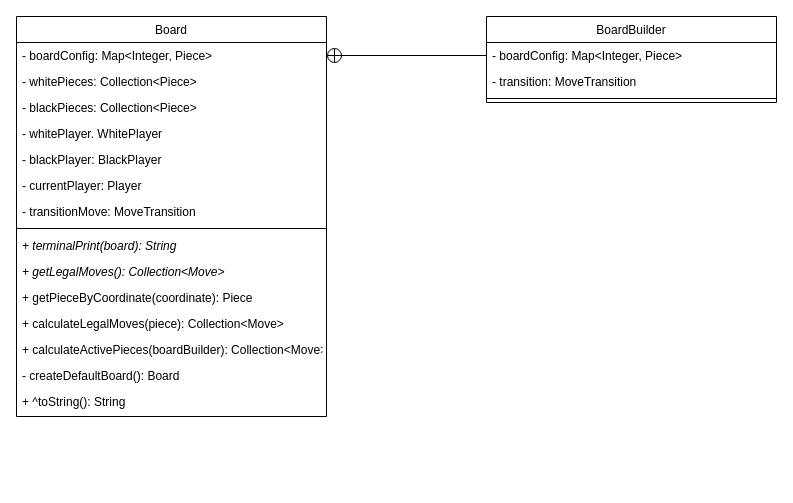
Earlier version of the draw.io diagram page "Board" (3 of 4) of Untitled Diagram.drawio (ec25p5e/ChessGame). Source tidied: cells renumbered, new cells numbered last; positions are measured from the earlier drawing's top-left corner, leaving out a move shared by most shapes. Both pictures are drawn from the tidied source at 100%, with x=0, y=0 at pixel (16, 16).
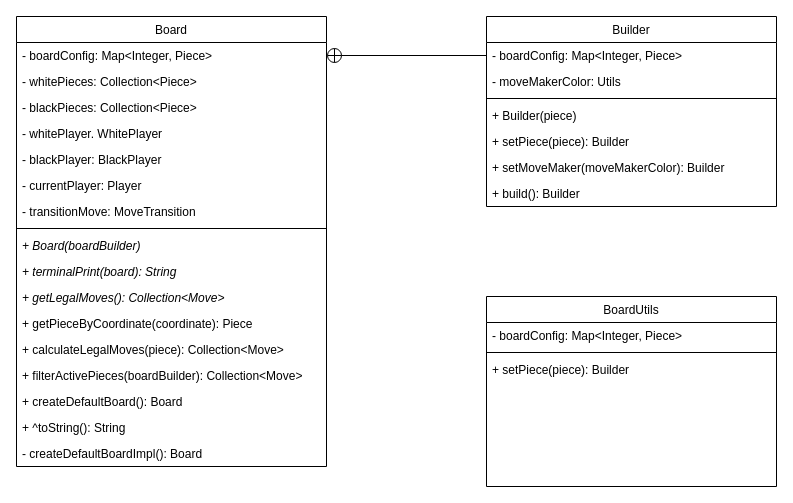
The same diagram, later.

Commit message:
Adding movements and rename method onto Board schema

What changed in the source:
```diff
@@
     <mxCell id="2" value="Board" style="swimlane;fontStyle=0;align=center;verticalAlign=top;horizontal=1;startSize=26;rounded=0;shadow=0;strokeWidth=1;" parent="1" vertex="1">
-      <mxGeometry width="310" height="400" as="geometry" />
+      <mxGeometry width="310" height="450" as="geometry" />
     </mxCell>
@@
+    <mxCell id="23" value="+ Board(boardBuilder)" style="text;align=left;verticalAlign=top;spacingLeft=4;spacingRight=4;overflow=hidden;fontStyle=2;" parent="2" vertex="1">
+      <mxGeometry y="216" width="310" height="26" as="geometry" />
+    </mxCell>
     <mxCell id="11" value="+ terminalPrint(board): String" style="text;align=left;verticalAlign=top;spacingLeft=4;spacingRight=4;overflow=hidden;fontStyle=2;" parent="2" vertex="1">
-      <mxGeometry y="216" width="310" height="26" as="geometry" />
+      <mxGeometry y="242" width="310" height="26" as="geometry" />
     </mxCell>
     <mxCell id="12" value="+ getLegalMoves(): Collection&lt;Move&gt;" style="text;align=left;verticalAlign=top;spacingLeft=4;spacingRight=4;overflow=hidden;fontStyle=2;" parent="2" vertex="1">
-      <mxGeometry y="242" width="310" height="26" as="geometry" />
+      <mxGeometry y="268" width="310" height="26" as="geometry" />
     </mxCell>
     <mxCell id="13" value="+ getPieceByCoordinate(coordinate): Piece" style="text;align=left;verticalAlign=top;spacingLeft=4;spacingRight=4;overflow=hidden;fontStyle=0;" parent="2" vertex="1">
-      <mxGeometry y="268" width="310" height="26" as="geometry" />
+      <mxGeometry y="294" width="310" height="26" as="geometry" />
     </mxCell>
     <mxCell id="14" value="+ calculateLegalMoves(piece): Collection&lt;Move&gt;" style="text;align=left;verticalAlign=top;spacingLeft=4;spacingRight=4;overflow=hidden;fontStyle=0;" parent="2" vertex="1">
-      <mxGeometry y="294" width="310" height="26" as="geometry" />
+      <mxGeometry y="320" width="310" height="26" as="geometry" />
     </mxCell>
-    <mxCell id="15" value="+ calculateActivePieces(boardBuilder): Collection&lt;Move&gt;" style="text;align=left;verticalAlign=top;spacingLeft=4;spacingRight=4;overflow=hidden;fontStyle=0;" parent="2" vertex="1">
-      <mxGeometry y="320" width="310" height="26" as="geometry" />
+    <mxCell id="15" value="+ filterActivePieces(boardBuilder): Collection&lt;Move&gt;" style="text;align=left;verticalAlign=top;spacingLeft=4;spacingRight=4;overflow=hidden;fontStyle=0;" parent="2" vertex="1">
+      <mxGeometry y="346" width="310" height="26" as="geometry" />
     </mxCell>
+    <mxCell id="24" value="+ createDefaultBoard(): Board" style="text;align=left;verticalAlign=top;spacingLeft=4;spacingRight=4;overflow=hidden;fontStyle=0;" parent="2" vertex="1">
+      <mxGeometry y="372" width="310" height="26" as="geometry" />
+    </mxCell>
+    <mxCell id="17" value="+ ^toString(): String" style="text;align=left;verticalAlign=top;spacingLeft=4;spacingRight=4;overflow=hidden;fontStyle=0;" parent="2" vertex="1">
+      <mxGeometry y="398" width="310" height="26" as="geometry" />
+    </mxCell>
-    <mxCell id="16" value="- createDefaultBoard(): Board" style="text;align=left;verticalAlign=top;spacingLeft=4;spacingRight=4;overflow=hidden;fontStyle=0;" parent="2" vertex="1">
-      <mxGeometry y="346" width="310" height="26" as="geometry" />
+    <mxCell id="16" value="- createDefaultBoardImpl(): Board" style="text;align=left;verticalAlign=top;spacingLeft=4;spacingRight=4;overflow=hidden;fontStyle=0;" parent="2" vertex="1">
+      <mxGeometry y="424" width="310" height="26" as="geometry" />
     </mxCell>
-    <mxCell id="17" value="+ ^toString(): String" style="text;align=left;verticalAlign=top;spacingLeft=4;spacingRight=4;overflow=hidden;fontStyle=0;" parent="2" vertex="1">
-      <mxGeometry y="372" width="310" height="26" as="geometry" />
-    </mxCell>
-    <mxCell id="18" value="BoardBuilder&#10;" style="swimlane;fontStyle=0;align=center;verticalAlign=top;horizontal=1;startSize=26;rounded=0;shadow=0;strokeWidth=1;" parent="1" vertex="1">
-      <mxGeometry x="470" width="290" height="86" as="geometry" />
+    <mxCell id="18" value="Builder" style="swimlane;fontStyle=0;align=center;verticalAlign=top;horizontal=1;startSize=26;rounded=0;shadow=0;strokeWidth=1;" parent="1" vertex="1">
+      <mxGeometry x="470" width="290" height="190" as="geometry" />
     </mxCell>
@@
-    <mxCell id="20" value="- transition: MoveTransition" style="text;align=left;verticalAlign=top;spacingLeft=4;spacingRight=4;overflow=hidden;rounded=0;shadow=0;html=0;" parent="18" vertex="1">
+    <mxCell id="20" value="- moveMakerColor: Utils" style="text;align=left;verticalAlign=top;spacingLeft=4;spacingRight=4;overflow=hidden;rounded=0;shadow=0;html=0;" parent="18" vertex="1">
       <mxGeometry y="52" width="290" height="26" as="geometry" />
     </mxCell>
@@
+    <mxCell id="25" value="+ Builder(piece)" style="text;align=left;verticalAlign=top;spacingLeft=4;spacingRight=4;overflow=hidden;rounded=0;shadow=0;html=0;" parent="18" vertex="1">
+      <mxGeometry y="86" width="290" height="26" as="geometry" />
+    </mxCell>
+    <mxCell id="26" value="+ setPiece(piece): Builder" style="text;align=left;verticalAlign=top;spacingLeft=4;spacingRight=4;overflow=hidden;rounded=0;shadow=0;html=0;" parent="18" vertex="1">
+      <mxGeometry y="112" width="290" height="26" as="geometry" />
+    </mxCell>
+    <mxCell id="27" value="+ setMoveMaker(moveMakerColor): Builder" style="text;align=left;verticalAlign=top;spacingLeft=4;spacingRight=4;overflow=hidden;rounded=0;shadow=0;html=0;" parent="18" vertex="1">
+      <mxGeometry y="138" width="290" height="26" as="geometry" />
+    </mxCell>
+    <mxCell id="28" value="+ build(): Builder" style="text;align=left;verticalAlign=top;spacingLeft=4;spacingRight=4;overflow=hidden;rounded=0;shadow=0;html=0;" parent="18" vertex="1">
+      <mxGeometry y="164" width="290" height="26" as="geometry" />
+    </mxCell>
@@
+    <mxCell id="29" value="BoardUtils" style="swimlane;fontStyle=0;align=center;verticalAlign=top;horizontal=1;startSize=26;rounded=0;shadow=0;strokeWidth=1;" parent="1" vertex="1">
+      <mxGeometry x="470" y="280" width="290" height="190" as="geometry" />
+    </mxCell>
+    <mxCell id="30" value="- boardConfig: Map&lt;Integer, Piece&gt;" style="text;align=left;verticalAlign=top;spacingLeft=4;spacingRight=4;overflow=hidden;" parent="29" vertex="1">
+      <mxGeometry y="26" width="290" height="26" as="geometry" />
+    </mxCell>
+    <mxCell id="31" style="line;html=1;strokeWidth=1;align=left;verticalAlign=middle;spacingTop=-1;spacingLeft=3;spacingRight=3;labelPosition=right;" parent="29" vertex="1">
+      <mxGeometry y="52" width="290" height="8" as="geometry" />
+    </mxCell>
+    <mxCell id="32" value="+ setPiece(piece): Builder" style="text;align=left;verticalAlign=top;spacingLeft=4;spacingRight=4;overflow=hidden;rounded=0;shadow=0;html=0;" parent="29" vertex="1">
+      <mxGeometry y="60" width="290" height="26" as="geometry" />
+    </mxCell>
```
